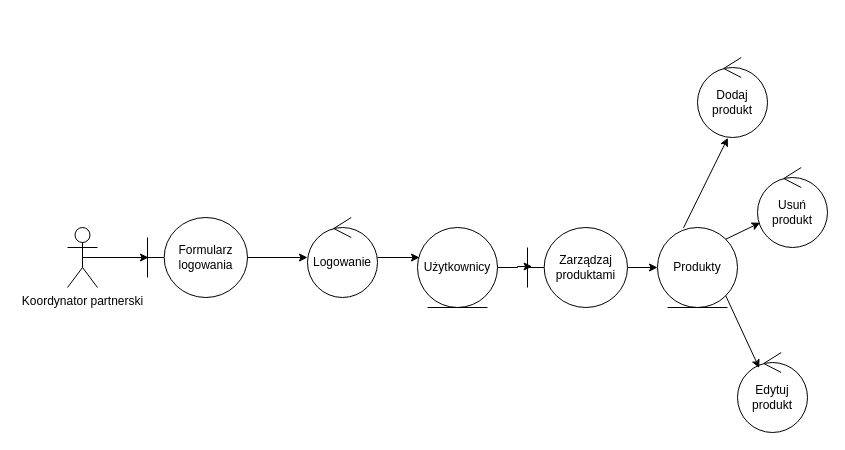
The draw.io diagram model systemu/Diagram bez tytułu.drawio in Tarik-Alaiwi-dev/psi, before the edit. Source tidied: cells renumbered, new cells numbered last; positions are measured from the earlier drawing's top-left corner, leaving out a move shared by most shapes. Both pictures are drawn from the tidied source at 100%, with x=0, y=0 at pixel (67, 57).
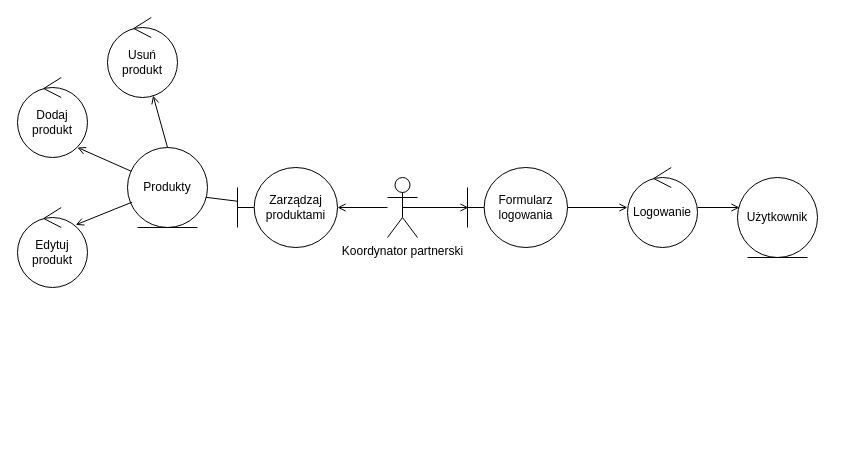
Above is the later version.

What changed in the source:
```diff
@@
 <mxGraphModel>
   <root>
     <mxCell id="0" />
     <mxCell id="1" parent="0" />
     <mxCell id="2" value="Koordynator partnerski" style="shape=umlActor;verticalLabelPosition=bottom;verticalAlign=top;html=1;" parent="1" vertex="1">
-      <mxGeometry y="170" width="30" height="60" as="geometry" />
+      <mxGeometry x="320" y="120" width="30" height="60" as="geometry" />
     </mxCell>
-    <mxCell id="3" style="endArrow=classic;html=1;rounded=0;exitX=0.5;exitY=0.5;exitDx=0;exitDy=0;exitPerimeter=0;entryX=0.01;entryY=0.5;entryDx=0;entryDy=0;entryPerimeter=0;" parent="1" edge="1" source="2" target="4">
+    <mxCell id="3" style="endArrow=open;html=1;rounded=0;exitX=0.5;exitY=0.5;exitDx=0;exitDy=0;exitPerimeter=0;entryX=0.01;entryY=0.5;entryDx=0;entryDy=0;entryPerimeter=0;endFill=0;" parent="1" edge="1" source="2" target="4">
       <mxGeometry relative="1" as="geometry" />
     </mxCell>
     <mxCell id="4" value="Formularz logowania" style="shape=umlBoundary;whiteSpace=wrap;html=1;" parent="1" vertex="1">
-      <mxGeometry x="80" y="160" width="100" height="80" as="geometry" />
+      <mxGeometry x="400" y="110" width="100" height="80" as="geometry" />
     </mxCell>
     <mxCell id="5" value="Logowanie" style="ellipse;shape=umlControl;whiteSpace=wrap;html=1;" parent="1" vertex="1">
-      <mxGeometry x="240" y="160" width="70" height="80" as="geometry" />
+      <mxGeometry x="560" y="110" width="70" height="80" as="geometry" />
     </mxCell>
-    <mxCell id="6" style="edgeStyle=orthogonalEdgeStyle;rounded=0;jettySize=auto;html=1;" parent="1" edge="1" source="4" target="5">
+    <mxCell id="6" style="edgeStyle=orthogonalEdgeStyle;rounded=0;jettySize=auto;html=1;endArrow=open;endFill=0;" parent="1" edge="1" source="4" target="5">
       <mxGeometry relative="1" as="geometry" />
     </mxCell>
-    <mxCell id="7" value="Użytkownicy" style="ellipse;shape=umlEntity;whiteSpace=wrap;html=1;" parent="1" vertex="1">
-      <mxGeometry x="350" y="170" width="80" height="80" as="geometry" />
+    <mxCell id="7" value="Użytkownik" style="ellipse;shape=umlEntity;whiteSpace=wrap;html=1;" parent="1" vertex="1">
+      <mxGeometry x="670" y="120" width="80" height="80" as="geometry" />
     </mxCell>
-    <mxCell id="8" style="edgeStyle=orthogonalEdgeStyle;rounded=0;jettySize=auto;html=1;entryX=0.025;entryY=0.375;entryDx=0;entryDy=0;entryPerimeter=0;" parent="1" edge="1" source="5" target="7">
+    <mxCell id="8" style="edgeStyle=orthogonalEdgeStyle;rounded=0;jettySize=auto;html=1;entryX=0.025;entryY=0.375;entryDx=0;entryDy=0;entryPerimeter=0;endArrow=open;endFill=0;" parent="1" edge="1" source="5" target="7">
       <mxGeometry relative="1" as="geometry" />
     </mxCell>
-    <mxCell id="9" style="edgeStyle=orthogonalEdgeStyle;rounded=0;jettySize=auto;html=1;entryX=0;entryY=0.5;entryDx=0;entryDy=0;" parent="1" edge="1" source="10" target="12">
+    <mxCell id="9" style="rounded=0;jettySize=auto;html=1;entryX=0;entryY=0.5;entryDx=0;entryDy=0;" parent="1" edge="1" source="10" target="12">
       <mxGeometry relative="1" as="geometry" />
     </mxCell>
     <mxCell id="10" value="Zarządzaj produktami" style="shape=umlBoundary;whiteSpace=wrap;html=1;" parent="1" vertex="1">
-      <mxGeometry x="460" y="170" width="100" height="80" as="geometry" />
+      <mxGeometry x="170" y="110" width="100" height="80" as="geometry" />
     </mxCell>
-    <mxCell id="11" style="edgeStyle=orthogonalEdgeStyle;rounded=0;jettySize=auto;html=1;entryX=0.046;entryY=0.487;entryDx=0;entryDy=0;entryPerimeter=0;" parent="1" edge="1" source="7" target="10">
-      <mxGeometry relative="1" as="geometry" />
-    </mxCell>
     <mxCell id="12" value="Produkty" style="ellipse;shape=umlEntity;whiteSpace=wrap;html=1;" parent="1" vertex="1">
-      <mxGeometry x="590" y="170" width="80" height="80" as="geometry" />
+      <mxGeometry x="60" y="90" width="80" height="80" as="geometry" />
     </mxCell>
     <mxCell id="13" value="Dodaj produkt" style="ellipse;shape=umlControl;whiteSpace=wrap;html=1;" parent="1" vertex="1">
-      <mxGeometry x="630" width="70" height="80" as="geometry" />
+      <mxGeometry x="-50" y="20" width="70" height="80" as="geometry" />
     </mxCell>
     <mxCell id="14" value="Usuń produkt" style="ellipse;shape=umlControl;whiteSpace=wrap;html=1;" parent="1" vertex="1">
-      <mxGeometry x="690" y="110" width="70" height="80" as="geometry" />
+      <mxGeometry x="40" y="-40" width="70" height="80" as="geometry" />
     </mxCell>
     <mxCell id="15" value="Edytuj produkt" style="ellipse;shape=umlControl;whiteSpace=wrap;html=1;" parent="1" vertex="1">
-      <mxGeometry x="670" y="295" width="70" height="80" as="geometry" />
+      <mxGeometry x="-50" y="150" width="70" height="80" as="geometry" />
     </mxCell>
-    <mxCell id="16" style="endArrow=classic;html=1;rounded=0;exitX=1;exitY=0;exitDx=0;exitDy=0;" parent="1" edge="1" source="12" target="14">
+    <mxCell id="16" style="endArrow=open;html=1;rounded=0;endFill=0;exitX=0.5;exitY=0;exitDx=0;exitDy=0;" parent="1" edge="1" source="12" target="14">
       <mxGeometry relative="1" as="geometry" />
     </mxCell>
-    <mxCell id="17" style="endArrow=classic;html=1;rounded=0;exitX=0.325;exitY=0.005;exitDx=0;exitDy=0;exitPerimeter=0;entryX=0.433;entryY=1.005;entryDx=0;entryDy=0;entryPerimeter=0;" parent="1" edge="1" source="12" target="13">
+    <mxCell id="17" style="endArrow=open;html=1;rounded=0;exitX=0.047;exitY=0.297;exitDx=0;exitDy=0;exitPerimeter=0;entryX=0.857;entryY=0.875;entryDx=0;entryDy=0;entryPerimeter=0;endFill=0;" parent="1" edge="1" source="12" target="13">
       <mxGeometry relative="1" as="geometry" />
     </mxCell>
-    <mxCell id="18" style="endArrow=classic;html=1;rounded=0;exitX=1;exitY=1;exitDx=0;exitDy=0;entryX=0.31;entryY=0.193;entryDx=0;entryDy=0;entryPerimeter=0;" parent="1" edge="1" source="12" target="15">
+    <mxCell id="18" style="endArrow=open;html=1;rounded=0;exitX=0.058;exitY=0.683;exitDx=0;exitDy=0;entryX=0.832;entryY=0.217;entryDx=0;entryDy=0;entryPerimeter=0;exitPerimeter=0;endFill=0;" parent="1" edge="1" source="12" target="15">
       <mxGeometry relative="1" as="geometry" />
     </mxCell>
+    <mxCell id="19" style="edgeStyle=orthogonalEdgeStyle;rounded=0;jettySize=auto;html=1;entryX=1;entryY=0.5;entryDx=0;entryDy=0;entryPerimeter=0;endArrow=open;endFill=0;" parent="1" edge="1" source="2" target="10">
+      <mxGeometry relative="1" as="geometry" />
+    </mxCell>
   </root>
 </mxGraphModel>
```
